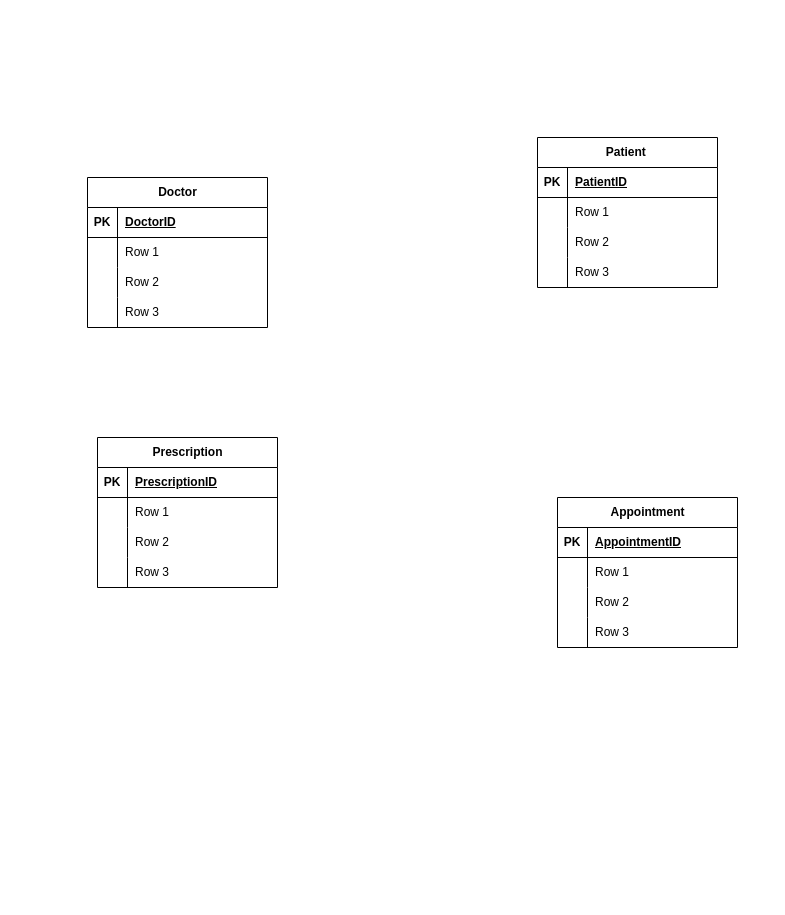
The draw.io diagram UML.drawio in African-C12/NEA, before the edit. Source tidied: cells renumbered, new cells numbered last; positions are measured from the earlier drawing's top-left corner, leaving out a move shared by most shapes. Both pictures are drawn from the tidied source at 100%, with x=0, y=0 at pixel (87, 137).
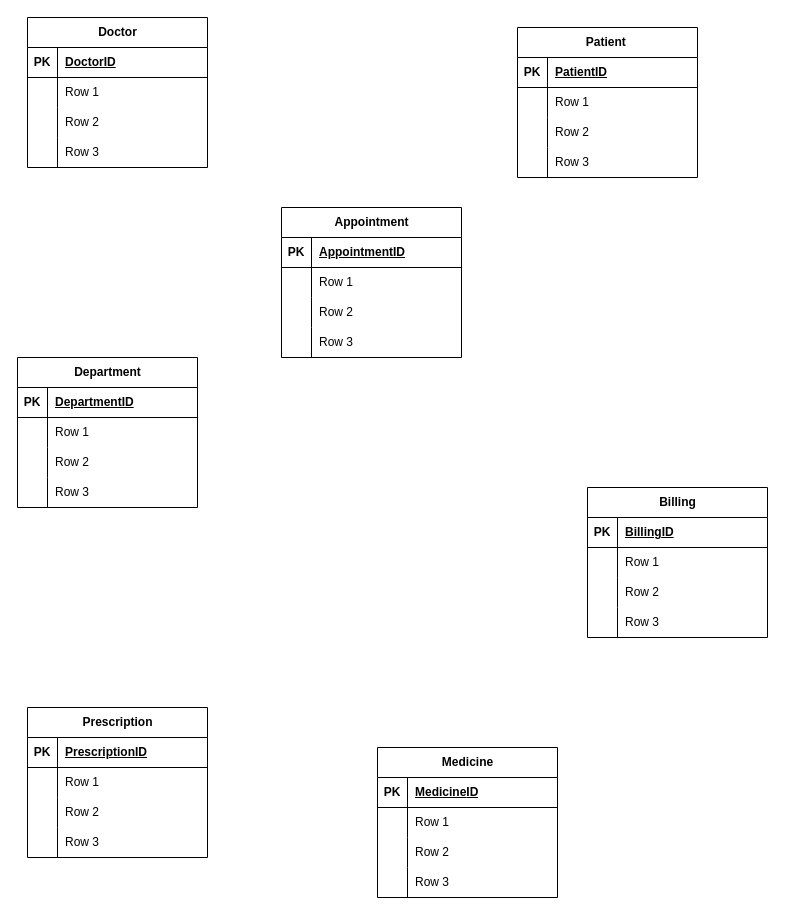
After the change.

What changed in the source:
```diff
@@
     <mxCell id="2" value="Doctor" style="shape=table;startSize=30;childLayout=tableLayout;rowLines=0;fontStyle=1;align=center;html=1;" parent="1" vertex="1">
-      <mxGeometry y="40" width="180" height="150" as="geometry" />
+      <mxGeometry x="-60" y="-120" width="180" height="150" as="geometry" />
     </mxCell>
@@
     <mxCell id="15" value="Patient&amp;nbsp;" style="shape=table;startSize=30;childLayout=tableLayout;rowLines=0;fontStyle=1;align=center;html=1;" parent="1" vertex="1">
-      <mxGeometry x="450" width="180" height="150" as="geometry" />
+      <mxGeometry x="430" y="-110" width="180" height="150" as="geometry" />
     </mxCell>
@@
     <mxCell id="28" value="Appointment" style="shape=table;startSize=30;childLayout=tableLayout;rowLines=0;fontStyle=1;align=center;html=1;" parent="1" vertex="1">
-      <mxGeometry x="470" y="360" width="180" height="150" as="geometry" />
+      <mxGeometry x="194" y="70" width="180" height="150" as="geometry" />
     </mxCell>
@@
     <mxCell id="41" value="Prescription" style="shape=table;startSize=30;childLayout=tableLayout;rowLines=0;fontStyle=1;align=center;html=1;" parent="1" vertex="1">
-      <mxGeometry x="10" y="300" width="180" height="150" as="geometry" />
+      <mxGeometry x="-60" y="570" width="180" height="150" as="geometry" />
     </mxCell>
@@
+    <mxCell id="54" value="Department" style="shape=table;startSize=30;childLayout=tableLayout;rowLines=0;fontStyle=1;align=center;html=1;" parent="1" vertex="1">
+      <mxGeometry x="-70" y="220" width="180" height="150" as="geometry" />
+    </mxCell>
+    <mxCell id="55" style="shape=tableRow;horizontal=0;startSize=0;swimlaneHead=0;swimlaneBody=0;fillColor=none;top=0;left=0;right=0;bottom=1;" parent="54" vertex="1">
+      <mxGeometry y="30" width="180" height="30" as="geometry" />
+    </mxCell>
+    <mxCell id="56" value="PK" style="shape=partialRectangle;fillColor=none;top=0;left=0;bottom=0;right=0;fontStyle=1;overflow=hidden;whiteSpace=wrap;html=1;" parent="55" vertex="1">
+      <mxGeometry width="30" height="30" as="geometry" />
+    </mxCell>
+    <mxCell id="57" value="DepartmentID" style="shape=partialRectangle;fillColor=none;top=0;left=0;bottom=0;right=0;align=left;spacingLeft=6;fontStyle=5;overflow=hidden;whiteSpace=wrap;html=1;" parent="55" vertex="1">
+      <mxGeometry x="30" width="150" height="30" as="geometry" />
+    </mxCell>
+    <mxCell id="58" style="shape=tableRow;horizontal=0;startSize=0;swimlaneHead=0;swimlaneBody=0;fillColor=none;top=0;left=0;right=0;bottom=0;" parent="54" vertex="1">
+      <mxGeometry y="60" width="180" height="30" as="geometry" />
+    </mxCell>
+    <mxCell id="59" style="shape=partialRectangle;fillColor=none;top=0;left=0;bottom=0;right=0;overflow=hidden;whiteSpace=wrap;html=1;" parent="58" vertex="1">
+      <mxGeometry width="30" height="30" as="geometry" />
+    </mxCell>
+    <mxCell id="60" value="Row 1" style="shape=partialRectangle;fillColor=none;top=0;left=0;bottom=0;right=0;align=left;spacingLeft=6;overflow=hidden;whiteSpace=wrap;html=1;" parent="58" vertex="1">
+      <mxGeometry x="30" width="150" height="30" as="geometry" />
+    </mxCell>
+    <mxCell id="61" style="shape=tableRow;horizontal=0;startSize=0;swimlaneHead=0;swimlaneBody=0;fillColor=none;top=0;left=0;right=0;bottom=0;" parent="54" vertex="1">
+      <mxGeometry y="90" width="180" height="30" as="geometry" />
+    </mxCell>
+    <mxCell id="62" style="shape=partialRectangle;fillColor=none;top=0;left=0;bottom=0;right=0;overflow=hidden;whiteSpace=wrap;html=1;" parent="61" vertex="1">
+      <mxGeometry width="30" height="30" as="geometry" />
+    </mxCell>
+    <mxCell id="63" value="Row 2" style="shape=partialRectangle;fillColor=none;top=0;left=0;bottom=0;right=0;align=left;spacingLeft=6;overflow=hidden;whiteSpace=wrap;html=1;" parent="61" vertex="1">
+      <mxGeometry x="30" width="150" height="30" as="geometry" />
+    </mxCell>
+    <mxCell id="64" style="shape=tableRow;horizontal=0;startSize=0;swimlaneHead=0;swimlaneBody=0;fillColor=none;top=0;left=0;right=0;bottom=0;" parent="54" vertex="1">
+      <mxGeometry y="120" width="180" height="30" as="geometry" />
+    </mxCell>
+    <mxCell id="65" style="shape=partialRectangle;fillColor=none;top=0;left=0;bottom=0;right=0;overflow=hidden;whiteSpace=wrap;html=1;" parent="64" vertex="1">
+      <mxGeometry width="30" height="30" as="geometry" />
+    </mxCell>
+    <mxCell id="66" value="Row 3" style="shape=partialRectangle;fillColor=none;top=0;left=0;bottom=0;right=0;align=left;spacingLeft=6;overflow=hidden;whiteSpace=wrap;html=1;" parent="64" vertex="1">
+      <mxGeometry x="30" width="150" height="30" as="geometry" />
+    </mxCell>
+    <mxCell id="67" value="Billing" style="shape=table;startSize=30;childLayout=tableLayout;rowLines=0;fontStyle=1;align=center;html=1;" parent="1" vertex="1">
+      <mxGeometry x="500" y="350" width="180" height="150" as="geometry" />
+    </mxCell>
+    <mxCell id="68" style="shape=tableRow;horizontal=0;startSize=0;swimlaneHead=0;swimlaneBody=0;fillColor=none;top=0;left=0;right=0;bottom=1;" parent="67" vertex="1">
+      <mxGeometry y="30" width="180" height="30" as="geometry" />
+    </mxCell>
+    <mxCell id="69" value="PK" style="shape=partialRectangle;fillColor=none;top=0;left=0;bottom=0;right=0;fontStyle=1;overflow=hidden;whiteSpace=wrap;html=1;" parent="68" vertex="1">
+      <mxGeometry width="30" height="30" as="geometry" />
+    </mxCell>
+    <mxCell id="70" value="Billing&lt;span style=&quot;background-color: transparent; color: light-dark(rgb(0, 0, 0), rgb(255, 255, 255));&quot;&gt;ID&lt;/span&gt;" style="shape=partialRectangle;fillColor=none;top=0;left=0;bottom=0;right=0;align=left;spacingLeft=6;fontStyle=5;overflow=hidden;whiteSpace=wrap;html=1;" parent="68" vertex="1">
+      <mxGeometry x="30" width="150" height="30" as="geometry" />
+    </mxCell>
+    <mxCell id="71" style="shape=tableRow;horizontal=0;startSize=0;swimlaneHead=0;swimlaneBody=0;fillColor=none;top=0;left=0;right=0;bottom=0;" parent="67" vertex="1">
+      <mxGeometry y="60" width="180" height="30" as="geometry" />
+    </mxCell>
+    <mxCell id="72" style="shape=partialRectangle;fillColor=none;top=0;left=0;bottom=0;right=0;overflow=hidden;whiteSpace=wrap;html=1;" parent="71" vertex="1">
+      <mxGeometry width="30" height="30" as="geometry" />
+    </mxCell>
+    <mxCell id="73" value="Row 1" style="shape=partialRectangle;fillColor=none;top=0;left=0;bottom=0;right=0;align=left;spacingLeft=6;overflow=hidden;whiteSpace=wrap;html=1;" parent="71" vertex="1">
+      <mxGeometry x="30" width="150" height="30" as="geometry" />
+    </mxCell>
+    <mxCell id="74" style="shape=tableRow;horizontal=0;startSize=0;swimlaneHead=0;swimlaneBody=0;fillColor=none;top=0;left=0;right=0;bottom=0;" parent="67" vertex="1">
+      <mxGeometry y="90" width="180" height="30" as="geometry" />
+    </mxCell>
+    <mxCell id="75" style="shape=partialRectangle;fillColor=none;top=0;left=0;bottom=0;right=0;overflow=hidden;whiteSpace=wrap;html=1;" parent="74" vertex="1">
+      <mxGeometry width="30" height="30" as="geometry" />
+    </mxCell>
+    <mxCell id="76" value="Row 2" style="shape=partialRectangle;fillColor=none;top=0;left=0;bottom=0;right=0;align=left;spacingLeft=6;overflow=hidden;whiteSpace=wrap;html=1;" parent="74" vertex="1">
+      <mxGeometry x="30" width="150" height="30" as="geometry" />
+    </mxCell>
+    <mxCell id="77" style="shape=tableRow;horizontal=0;startSize=0;swimlaneHead=0;swimlaneBody=0;fillColor=none;top=0;left=0;right=0;bottom=0;" parent="67" vertex="1">
+      <mxGeometry y="120" width="180" height="30" as="geometry" />
+    </mxCell>
+    <mxCell id="78" style="shape=partialRectangle;fillColor=none;top=0;left=0;bottom=0;right=0;overflow=hidden;whiteSpace=wrap;html=1;" parent="77" vertex="1">
+      <mxGeometry width="30" height="30" as="geometry" />
+    </mxCell>
+    <mxCell id="79" value="Row 3" style="shape=partialRectangle;fillColor=none;top=0;left=0;bottom=0;right=0;align=left;spacingLeft=6;overflow=hidden;whiteSpace=wrap;html=1;" parent="77" vertex="1">
+      <mxGeometry x="30" width="150" height="30" as="geometry" />
+    </mxCell>
+    <mxCell id="80" value="Medicine" style="shape=table;startSize=30;childLayout=tableLayout;rowLines=0;fontStyle=1;align=center;html=1;" parent="1" vertex="1">
+      <mxGeometry x="290" y="610" width="180" height="150" as="geometry" />
+    </mxCell>
+    <mxCell id="81" style="shape=tableRow;horizontal=0;startSize=0;swimlaneHead=0;swimlaneBody=0;fillColor=none;top=0;left=0;right=0;bottom=1;" parent="80" vertex="1">
+      <mxGeometry y="30" width="180" height="30" as="geometry" />
+    </mxCell>
+    <mxCell id="82" value="PK" style="shape=partialRectangle;fillColor=none;top=0;left=0;bottom=0;right=0;fontStyle=1;overflow=hidden;whiteSpace=wrap;html=1;" parent="81" vertex="1">
+      <mxGeometry width="30" height="30" as="geometry" />
+    </mxCell>
+    <mxCell id="83" value="Medicine&lt;span style=&quot;background-color: transparent; color: light-dark(rgb(0, 0, 0), rgb(255, 255, 255));&quot;&gt;ID&lt;/span&gt;" style="shape=partialRectangle;fillColor=none;top=0;left=0;bottom=0;right=0;align=left;spacingLeft=6;fontStyle=5;overflow=hidden;whiteSpace=wrap;html=1;" parent="81" vertex="1">
+      <mxGeometry x="30" width="150" height="30" as="geometry" />
+    </mxCell>
+    <mxCell id="84" style="shape=tableRow;horizontal=0;startSize=0;swimlaneHead=0;swimlaneBody=0;fillColor=none;top=0;left=0;right=0;bottom=0;" parent="80" vertex="1">
+      <mxGeometry y="60" width="180" height="30" as="geometry" />
+    </mxCell>
+    <mxCell id="85" style="shape=partialRectangle;fillColor=none;top=0;left=0;bottom=0;right=0;overflow=hidden;whiteSpace=wrap;html=1;" parent="84" vertex="1">
+      <mxGeometry width="30" height="30" as="geometry" />
+    </mxCell>
+    <mxCell id="86" value="Row 1" style="shape=partialRectangle;fillColor=none;top=0;left=0;bottom=0;right=0;align=left;spacingLeft=6;overflow=hidden;whiteSpace=wrap;html=1;" parent="84" vertex="1">
+      <mxGeometry x="30" width="150" height="30" as="geometry" />
+    </mxCell>
+    <mxCell id="87" style="shape=tableRow;horizontal=0;startSize=0;swimlaneHead=0;swimlaneBody=0;fillColor=none;top=0;left=0;right=0;bottom=0;" parent="80" vertex="1">
+      <mxGeometry y="90" width="180" height="30" as="geometry" />
+    </mxCell>
+    <mxCell id="88" style="shape=partialRectangle;fillColor=none;top=0;left=0;bottom=0;right=0;overflow=hidden;whiteSpace=wrap;html=1;" parent="87" vertex="1">
+      <mxGeometry width="30" height="30" as="geometry" />
+    </mxCell>
+    <mxCell id="89" value="Row 2" style="shape=partialRectangle;fillColor=none;top=0;left=0;bottom=0;right=0;align=left;spacingLeft=6;overflow=hidden;whiteSpace=wrap;html=1;" parent="87" vertex="1">
+      <mxGeometry x="30" width="150" height="30" as="geometry" />
+    </mxCell>
+    <mxCell id="90" style="shape=tableRow;horizontal=0;startSize=0;swimlaneHead=0;swimlaneBody=0;fillColor=none;top=0;left=0;right=0;bottom=0;" parent="80" vertex="1">
+      <mxGeometry y="120" width="180" height="30" as="geometry" />
+    </mxCell>
+    <mxCell id="91" style="shape=partialRectangle;fillColor=none;top=0;left=0;bottom=0;right=0;overflow=hidden;whiteSpace=wrap;html=1;" parent="90" vertex="1">
+      <mxGeometry width="30" height="30" as="geometry" />
+    </mxCell>
+    <mxCell id="92" value="Row 3" style="shape=partialRectangle;fillColor=none;top=0;left=0;bottom=0;right=0;align=left;spacingLeft=6;overflow=hidden;whiteSpace=wrap;html=1;" parent="90" vertex="1">
+      <mxGeometry x="30" width="150" height="30" as="geometry" />
+    </mxCell>
```
